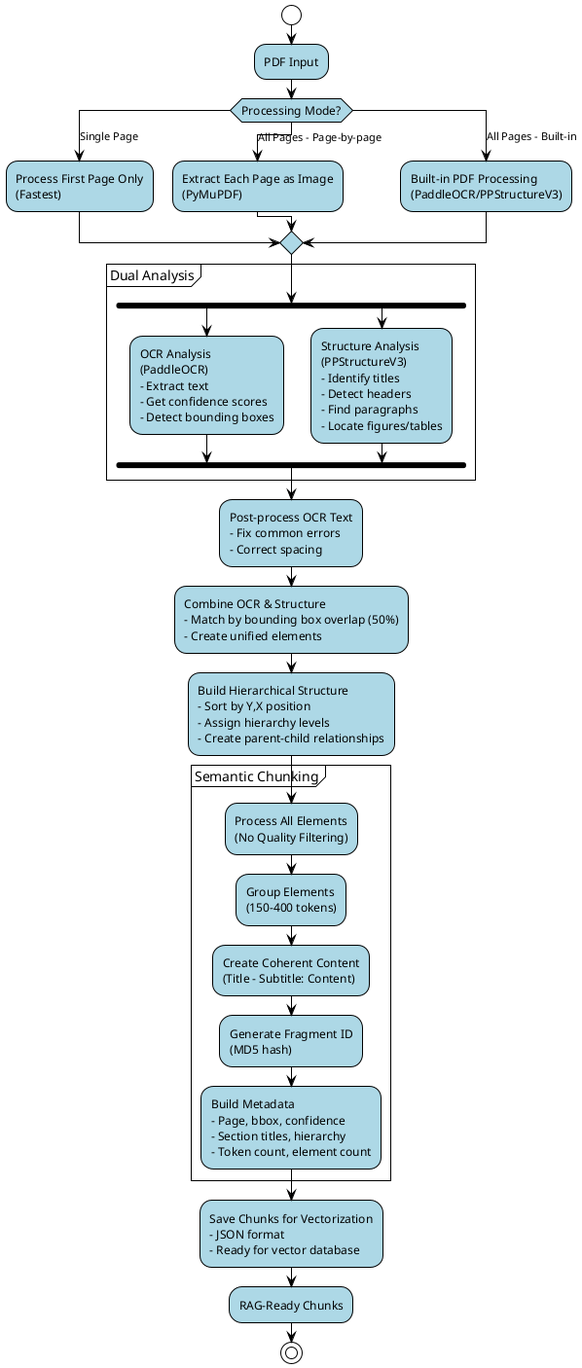
devulogi/customocr keeps this PlantUML diagram as diagrams/Enhanced Document Processor Activity Diagram.png. Above is the earlier version.
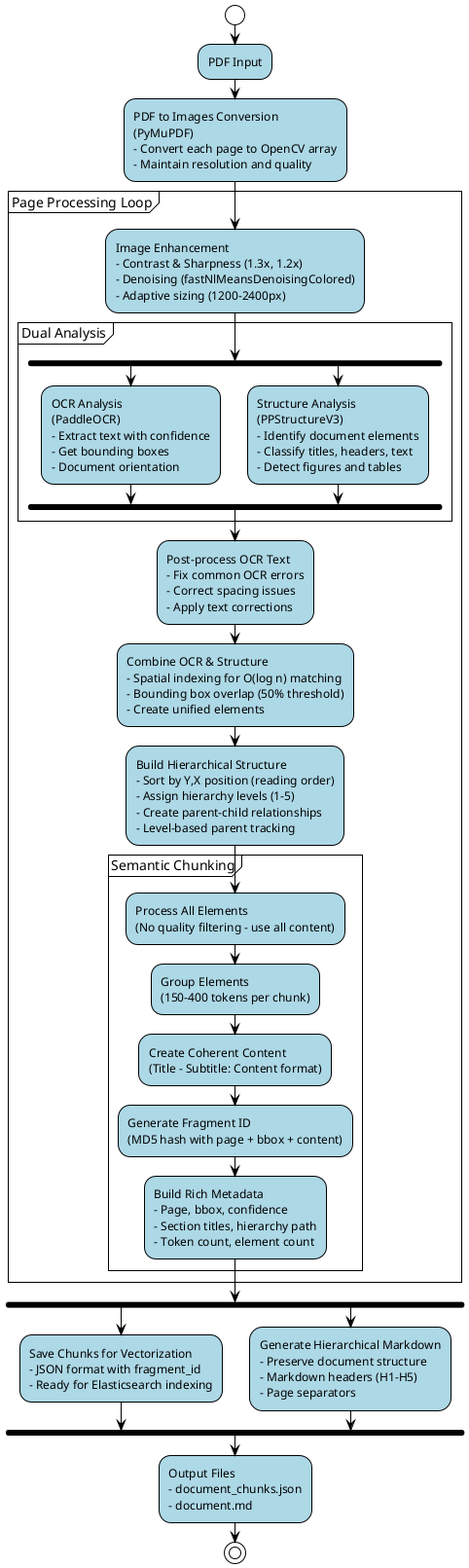
Above is the later version.

Commit message:
refactor: update activity and sequence diagrams for enhanced multi-page processing flow

The edit, as a diff of the source:
```diff
@@ -14,40 +14,41 @@
 
 :PDF Input;
 
-switch (Processing Mode?)
-case (Single Page)
-    :Process First Page Only\n(Fastest);
-case (All Pages - Page-by-page)
-    :Extract Each Page as Image\n(PyMuPDF);
-case (All Pages - Built-in)
-    :Built-in PDF Processing\n(PaddleOCR/PPStructureV3);
-endswitch
+:PDF to Images Conversion\n(PyMuPDF)\n- Convert each page to OpenCV array\n- Maintain resolution and quality;
 
-partition "Dual Analysis" {
-    fork
-        :OCR Analysis\n(PaddleOCR)\n- Extract text\n- Get confidence scores\n- Detect bounding boxes;
-    fork again
-        :Structure Analysis\n(PPStructureV3)\n- Identify titles\n- Detect headers\n- Find paragraphs\n- Locate figures/tables;
-    end fork
+partition "Page Processing Loop" {
+    :Image Enhancement\n- Contrast & Sharpness (1.3x, 1.2x)\n- Denoising (fastNlMeansDenoisingColored)\n- Adaptive sizing (1200-2400px);
+
+    partition "Dual Analysis" {
+        fork
+            :OCR Analysis\n(PaddleOCR)\n- Extract text with confidence\n- Get bounding boxes\n- Document orientation;
+        fork again
+            :Structure Analysis\n(PPStructureV3)\n- Identify document elements\n- Classify titles, headers, text\n- Detect figures and tables;
+        end fork
+    }
+
+    :Post-process OCR Text\n- Fix common OCR errors\n- Correct spacing issues\n- Apply text corrections;
+
+    :Combine OCR & Structure\n- Spatial indexing for O(log n) matching\n- Bounding box overlap (50% threshold)\n- Create unified elements;
+
+    :Build Hierarchical Structure\n- Sort by Y,X position (reading order)\n- Assign hierarchy levels (1-5)\n- Create parent-child relationships\n- Level-based parent tracking;
+
+    partition "Semantic Chunking" {
+        :Process All Elements\n(No quality filtering - use all content);
+        :Group Elements\n(150-400 tokens per chunk);
+        :Create Coherent Content\n(Title - Subtitle: Content format);
+        :Generate Fragment ID\n(MD5 hash with page + bbox + content);
+        :Build Rich Metadata\n- Page, bbox, confidence\n- Section titles, hierarchy path\n- Token count, element count;
+    }
 }
 
-:Post-process OCR Text\n- Fix common errors\n- Correct spacing;
+fork
+    :Save Chunks for Vectorization\n- JSON format with fragment_id\n- Ready for Elasticsearch indexing;
+fork again
+    :Generate Hierarchical Markdown\n- Preserve document structure\n- Markdown headers (H1-H5)\n- Page separators;
+end fork
 
-:Combine OCR & Structure\n- Match by bounding box overlap (50%)\n- Create unified elements;
-
-:Build Hierarchical Structure\n- Sort by Y,X position\n- Assign hierarchy levels\n- Create parent-child relationships;
-
-partition "Semantic Chunking" {
-    :Process All Elements\n(No Quality Filtering);
-    :Group Elements\n(150-400 tokens);
-    :Create Coherent Content\n(Title - Subtitle: Content);
-    :Generate Fragment ID\n(MD5 hash);
-    :Build Metadata\n- Page, bbox, confidence\n- Section titles, hierarchy\n- Token count, element count;
-}
-
-:Save Chunks for Vectorization\n- JSON format\n- Ready for vector database;
-
-:RAG-Ready Chunks;
+:Output Files\n- document_chunks.json\n- document.md;
 
 stop
 
```
